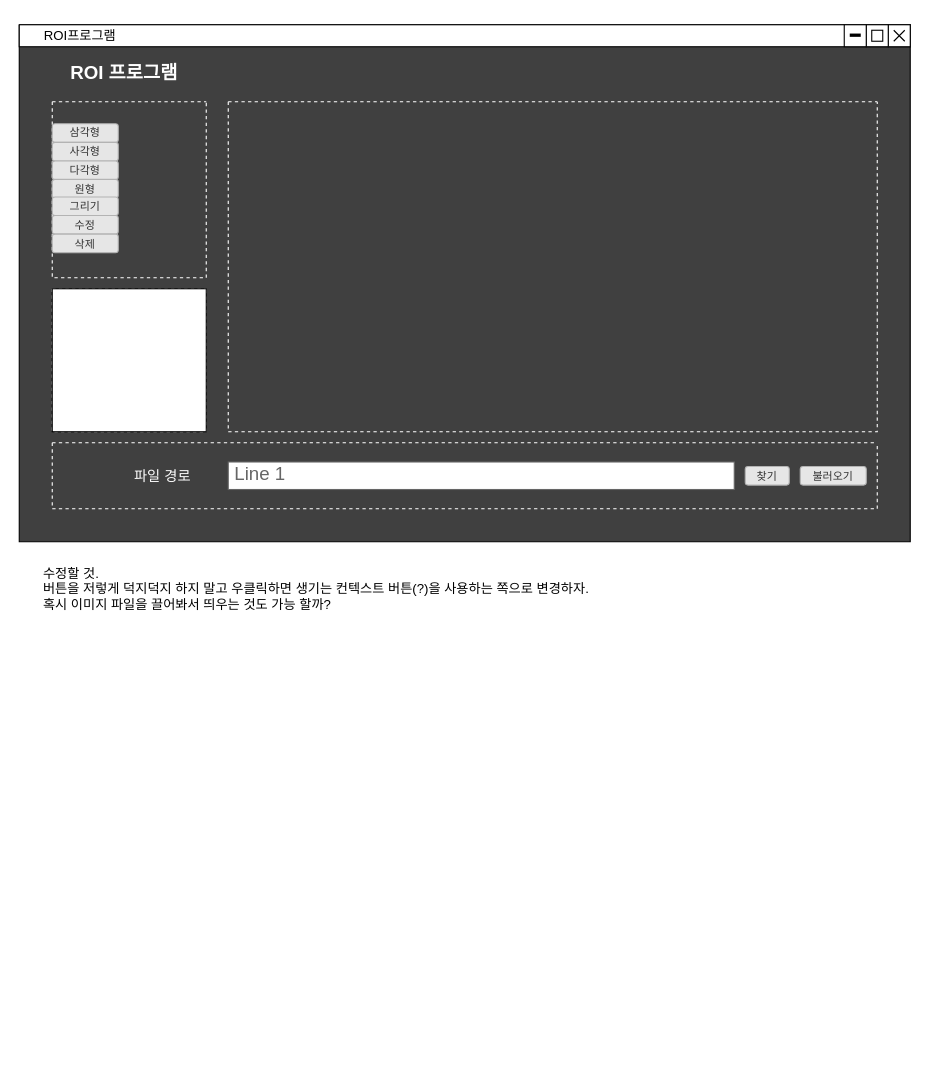
This is ROI프로그램 화면정의서.drawio from Hyunmin-Kwak-hub/neighbor21, a draw.io file, before an edit. Source tidied: cells renumbered, new cells numbered last; positions are measured from the earlier drawing's top-left corner, leaving out a move shared by most shapes. Both pictures are drawn from the tidied source at 110%, with x=0, y=0 at pixel (19, 19).
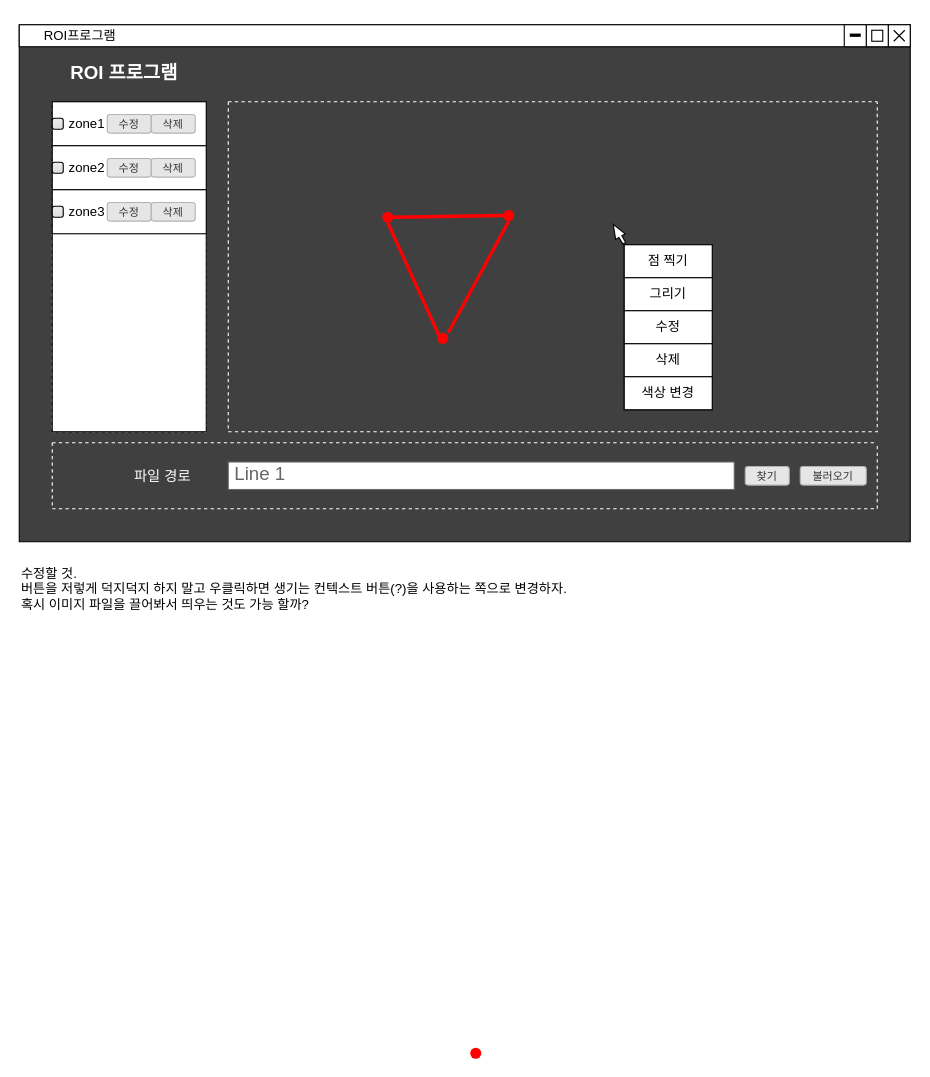
The same diagram, later.

Commit message:
ROI프로그램 화면정의서.drawio 업데이트

The change refers to these unchanged cells:
```xml
<mxCell id="2" style="swimlane;startSize=0;swimlaneFillColor=#404040;" parent="1" vertex="1">
  <mxGeometry y="5" width="810" height="470" as="geometry" />
</mxCell>
<mxCell id="27" style="swimlane;startSize=0;strokeColor=#ffffff;dashed=1;" parent="1" vertex="1">
  <mxGeometry x="190" y="75" width="590" height="300" as="geometry" />
</mxCell>
```

Change to the diagram source:
```diff
@@
-    <mxCell id="3" style="swimlane;startSize=0;strokeColor=#ffffff;dashed=1;" parent="2" vertex="1">
-      <mxGeometry x="30" y="70" width="140" height="160" as="geometry" />
-    </mxCell>
-    <mxCell id="4" value="삼각형" style="rounded=1;html=1;shadow=0;dashed=0;whiteSpace=wrap;fontSize=10;fillColor=#E6E6E6;align=center;strokeColor=#B3B3B3;fontColor=#333333;" parent="3" vertex="1">
-      <mxGeometry y="20" width="60" height="16.9" as="geometry" />
-    </mxCell>
-    <mxCell id="5" value="사각형" style="rounded=1;html=1;shadow=0;dashed=0;whiteSpace=wrap;fontSize=10;fillColor=#E6E6E6;align=center;strokeColor=#B3B3B3;fontColor=#333333;" parent="3" vertex="1">
-      <mxGeometry y="36.9" width="60" height="16.9" as="geometry" />
-    </mxCell>
-    <mxCell id="6" value="다각형" style="rounded=1;html=1;shadow=0;dashed=0;whiteSpace=wrap;fontSize=10;fillColor=#E6E6E6;align=center;strokeColor=#B3B3B3;fontColor=#333333;" parent="3" vertex="1">
-      <mxGeometry y="53.8" width="60" height="16.9" as="geometry" />
-    </mxCell>
-    <mxCell id="7" value="원형" style="rounded=1;html=1;shadow=0;dashed=0;whiteSpace=wrap;fontSize=10;fillColor=#E6E6E6;align=center;strokeColor=#B3B3B3;fontColor=#333333;" parent="3" vertex="1">
-      <mxGeometry y="70.6" width="60" height="16.9" as="geometry" />
-    </mxCell>
-    <mxCell id="8" value="그리기" style="rounded=1;html=1;shadow=0;dashed=0;whiteSpace=wrap;fontSize=10;fillColor=#E6E6E6;align=center;strokeColor=#B3B3B3;fontColor=#333333;" parent="3" vertex="1">
-      <mxGeometry y="86.6" width="60" height="16.9" as="geometry" />
-    </mxCell>
-    <mxCell id="9" value="수정" style="rounded=1;html=1;shadow=0;dashed=0;whiteSpace=wrap;fontSize=10;fillColor=#E6E6E6;align=center;strokeColor=#B3B3B3;fontColor=#333333;" parent="3" vertex="1">
-      <mxGeometry y="103.4" width="60" height="16.9" as="geometry" />
-    </mxCell>
-    <mxCell id="10" value="삭제" style="rounded=1;html=1;shadow=0;dashed=0;whiteSpace=wrap;fontSize=10;fillColor=#E6E6E6;align=center;strokeColor=#B3B3B3;fontColor=#333333;" parent="3" vertex="1">
-      <mxGeometry y="120.3" width="60" height="16.9" as="geometry" />
-    </mxCell>
     <mxCell id="11" style="swimlane;startSize=0;strokeColor=#ffffff;dashed=1;" parent="2" vertex="1">
-      <mxGeometry x="30" y="240" width="140" height="130" as="geometry" />
+      <mxGeometry x="30" y="70" width="140" height="300" as="geometry" />
     </mxCell>
     <mxCell id="12" style="rounded=0;whiteSpace=wrap;html=1;" parent="11" vertex="1">
-      <mxGeometry width="140" height="130" as="geometry" />
+      <mxGeometry width="140" height="300" as="geometry" />
     </mxCell>
+    <mxCell id="29" value="&amp;nbsp; &amp;nbsp; zone1" style="rounded=0;whiteSpace=wrap;html=1;align=left;" parent="11" vertex="1">
+      <mxGeometry width="140" height="40" as="geometry" />
+    </mxCell>
+    <mxCell id="30" value="&amp;nbsp; &amp;nbsp; zone2" style="rounded=0;whiteSpace=wrap;html=1;align=left;" parent="11" vertex="1">
+      <mxGeometry y="40" width="140" height="40" as="geometry" />
+    </mxCell>
+    <mxCell id="31" value="&amp;nbsp; &amp;nbsp; zone3" style="rounded=0;whiteSpace=wrap;html=1;align=left;" parent="11" vertex="1">
+      <mxGeometry y="80" width="140" height="40" as="geometry" />
+    </mxCell>
+    <mxCell id="32" value="수정" style="rounded=1;html=1;shadow=0;dashed=0;whiteSpace=wrap;fontSize=10;fillColor=#E6E6E6;align=center;strokeColor=#B3B3B3;fontColor=#333333;" parent="11" vertex="1">
+      <mxGeometry x="50" y="11.6" width="40" height="16.9" as="geometry" />
+    </mxCell>
+    <mxCell id="33" value="수정" style="rounded=1;html=1;shadow=0;dashed=0;whiteSpace=wrap;fontSize=10;fillColor=#E6E6E6;align=center;strokeColor=#B3B3B3;fontColor=#333333;" parent="11" vertex="1">
+      <mxGeometry x="50" y="51.6" width="40" height="16.9" as="geometry" />
+    </mxCell>
+    <mxCell id="34" value="수정" style="rounded=1;html=1;shadow=0;dashed=0;whiteSpace=wrap;fontSize=10;fillColor=#E6E6E6;align=center;strokeColor=#B3B3B3;fontColor=#333333;" parent="11" vertex="1">
+      <mxGeometry x="50" y="91.6" width="40" height="16.9" as="geometry" />
+    </mxCell>
+    <mxCell id="35" value="삭제" style="rounded=1;html=1;shadow=0;dashed=0;whiteSpace=wrap;fontSize=10;fillColor=#E6E6E6;align=center;strokeColor=#B3B3B3;fontColor=#333333;" parent="11" vertex="1">
+      <mxGeometry x="90" y="11.6" width="40" height="16.9" as="geometry" />
+    </mxCell>
+    <mxCell id="36" value="삭제" style="rounded=1;html=1;shadow=0;dashed=0;whiteSpace=wrap;fontSize=10;fillColor=#E6E6E6;align=center;strokeColor=#B3B3B3;fontColor=#333333;" parent="11" vertex="1">
+      <mxGeometry x="90" y="51.6" width="40" height="16.9" as="geometry" />
+    </mxCell>
+    <mxCell id="37" value="삭제" style="rounded=1;html=1;shadow=0;dashed=0;whiteSpace=wrap;fontSize=10;fillColor=#E6E6E6;align=center;strokeColor=#B3B3B3;fontColor=#333333;" parent="11" vertex="1">
+      <mxGeometry x="90" y="91.6" width="40" height="16.9" as="geometry" />
+    </mxCell>
+    <mxCell id="38" style="html=1;shadow=0;dashed=0;shape=mxgraph.bootstrap.checkbox2;labelPosition=right;verticalLabelPosition=middle;align=left;verticalAlign=middle;gradientColor=#DEDEDE;fillColor=#EDEDED;checked=0;spacing=5;checkedFill=#0085FC;checkedStroke=#ffffff;sketch=0;" parent="11" vertex="1">
+      <mxGeometry y="15" width="10" height="10" as="geometry" />
+    </mxCell>
+    <mxCell id="39" style="html=1;shadow=0;dashed=0;shape=mxgraph.bootstrap.checkbox2;labelPosition=right;verticalLabelPosition=middle;align=left;verticalAlign=middle;gradientColor=#DEDEDE;fillColor=#EDEDED;checked=0;spacing=5;checkedFill=#0085FC;checkedStroke=#ffffff;sketch=0;" parent="11" vertex="1">
+      <mxGeometry y="55" width="10" height="10" as="geometry" />
+    </mxCell>
+    <mxCell id="40" style="html=1;shadow=0;dashed=0;shape=mxgraph.bootstrap.checkbox2;labelPosition=right;verticalLabelPosition=middle;align=left;verticalAlign=middle;gradientColor=#DEDEDE;fillColor=#EDEDED;checked=0;spacing=5;checkedFill=#0085FC;checkedStroke=#ffffff;sketch=0;" parent="11" vertex="1">
+      <mxGeometry y="95" width="10" height="10" as="geometry" />
+    </mxCell>
@@
+    <mxCell id="41" style="shape=singleArrow;direction=north;whiteSpace=wrap;html=1;arrowWidth=0.3;arrowSize=0.65;rotation=-30;" parent="2" vertex="1">
+      <mxGeometry x="540" y="180" width="10" height="20" as="geometry" />
+    </mxCell>
+    <mxCell id="42" style="rounded=0;whiteSpace=wrap;html=1;" parent="2" vertex="1">
+      <mxGeometry x="550" y="200" width="80" height="150" as="geometry" />
+    </mxCell>
+    <mxCell id="43" value="점 찍기" style="whiteSpace=wrap;html=1;" parent="2" vertex="1">
+      <mxGeometry x="550" y="200" width="80" height="30" as="geometry" />
+    </mxCell>
+    <mxCell id="8" value="그리기" style="whiteSpace=wrap;html=1;" parent="2" vertex="1">
+      <mxGeometry x="550" y="230" width="80" height="30" as="geometry" />
+    </mxCell>
+    <mxCell id="44" value="수정" style="whiteSpace=wrap;html=1;" parent="2" vertex="1">
+      <mxGeometry x="550" y="260" width="80" height="30" as="geometry" />
+    </mxCell>
+    <mxCell id="45" value="삭제" style="whiteSpace=wrap;html=1;" parent="2" vertex="1">
+      <mxGeometry x="550" y="290" width="80" height="30" as="geometry" />
+    </mxCell>
+    <mxCell id="46" value="색상 변경" style="whiteSpace=wrap;html=1;" parent="2" vertex="1">
+      <mxGeometry x="550" y="320" width="80" height="30" as="geometry" />
+    </mxCell>
+    <mxCell id="47" style="shape=ellipse;fillColor=#ff0000;strokeColor=none;html=1;sketch=0;" parent="2" vertex="1">
+      <mxGeometry x="330" y="170" width="10" height="10" as="geometry" />
+    </mxCell>
+    <mxCell id="48" style="shape=ellipse;fillColor=#ff0000;strokeColor=none;html=1;sketch=0;" parent="2" vertex="1">
+      <mxGeometry x="380" y="280" width="10" height="10" as="geometry" />
+    </mxCell>
+    <mxCell id="49" style="endArrow=none;html=1;rounded=0;strokeColor=#ff0000;strokeWidth=3;entryX=0.5;entryY=1;entryDx=0;entryDy=0;exitX=0.5;exitY=1;exitDx=0;exitDy=0;" parent="2" edge="1" source="47" target="48">
+      <mxGeometry relative="1" as="geometry" />
+    </mxCell>
@@
+    <mxCell id="50" style="shape=ellipse;fillColor=#ff0000;strokeColor=none;html=1;sketch=0;" parent="27" vertex="1">
+      <mxGeometry x="250" y="98.4" width="10" height="10" as="geometry" />
+    </mxCell>
     <mxCell id="28" value="수정할 것.&lt;br&gt;버튼을 저렇게 덕지덕지 하지 말고 우클릭하면 생기는 컨텍스트 버튼(?)을 사용하는 쪽으로 변경하자.&lt;div&gt;혹시 이미지 파일을 끌어봐서 띄우는 것도 가능 할까?&lt;/div&gt;" style="text;html=1;align=left;verticalAlign=middle;strokeColor=none;fillColor=none;" parent="1" vertex="1">
-      <mxGeometry x="20" y="488" width="560" height="60" as="geometry" />
+      <mxGeometry y="488" width="560" height="60" as="geometry" />
     </mxCell>
+    <mxCell id="51" style="shape=ellipse;fillColor=#ff0000;strokeColor=none;html=1;sketch=0;" parent="1" vertex="1">
+      <mxGeometry x="410" y="935" width="10" height="10" as="geometry" />
+    </mxCell>
+    <mxCell id="52" style="endArrow=none;html=1;rounded=0;strokeColor=#ff0000;strokeWidth=3;exitX=0;exitY=0.5;exitDx=0;exitDy=0;entryX=1;entryY=0.5;entryDx=0;entryDy=0;" parent="1" edge="1" source="50" target="47">
+      <mxGeometry relative="1" as="geometry" />
+    </mxCell>
+    <mxCell id="53" style="endArrow=none;html=1;rounded=0;strokeColor=#ff0000;strokeWidth=3;exitX=0.5;exitY=1;exitDx=0;exitDy=0;" parent="1" edge="1" source="50">
+      <mxGeometry relative="1" as="geometry">
+        <mxPoint x="390" y="285" as="targetPoint" />
+      </mxGeometry>
+    </mxCell>
```
